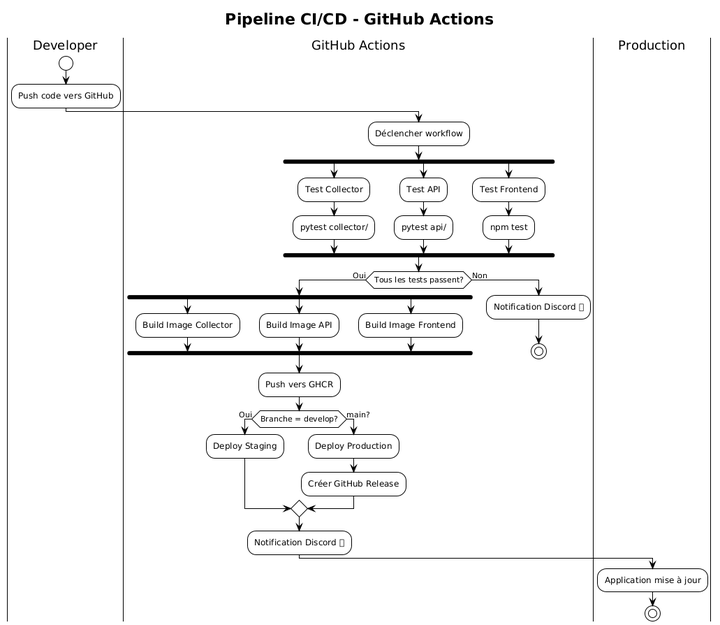
Above: Docs/Diagramme CI-CD Pipeline.png in kebdanisouhila218-beep/cryptocurrency-monitoring-platform (PlantUML), before the change.
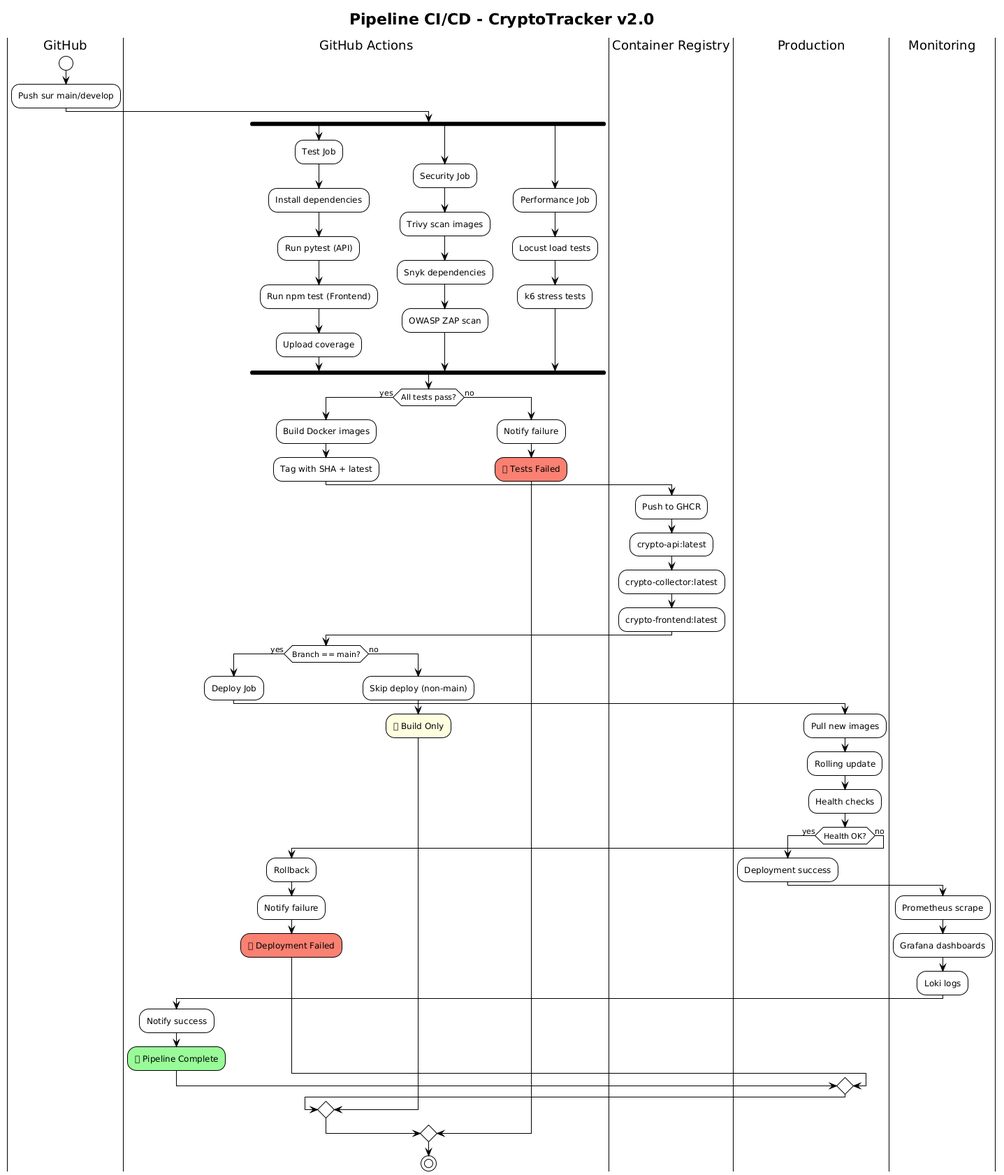
Above is the later version.

Commit message:
Diagramme UML

The edit, as a diff of the source:
```diff
@@ -1,51 +1,72 @@
 @startuml
 !theme plain
-title Pipeline CI/CD - GitHub Actions
+title Pipeline CI/CD - CryptoTracker v2.0
 
-|Developer|
+|GitHub|
 start
-:Push code vers GitHub;
+:Push sur main/develop;
 
 |GitHub Actions|
-:Déclencher workflow;
-
 fork
-  :Test Collector;
-  :pytest collector/;
+  :Test Job;
+  :Install dependencies;
+  :Run pytest (API);
+  :Run npm test (Frontend);
+  :Upload coverage;
 fork again
-  :Test API;
-  :pytest api/;
+  :Security Job;
+  :Trivy scan images;
+  :Snyk dependencies;
+  :OWASP ZAP scan;
 fork again
-  :Test Frontend;
-  :npm test;
+  :Performance Job;
+  :Locust load tests;
+  :k6 stress tests;
 end fork
 
-if (Tous les tests passent?) then (Oui)
-  fork
-    :Build Image Collector;
-  fork again
-    :Build Image API;
-  fork again
-    :Build Image Frontend;
-  end fork
+if (All tests pass?) then (yes)
+  :Build Docker images;
+  :Tag with SHA + latest;
 
-  :Push vers GHCR;
+  |Container Registry|
+  :Push to GHCR;
+  :crypto-api:latest;
+  :crypto-collector:latest;
+  :crypto-frontend:latest;
 
-  if (Branche = develop?) then (Oui)
-    :Deploy Staging;
-  else (main?)
-    :Deploy Production;
-    :Créer GitHub Release;
+  |GitHub Actions|
+  if (Branch == main?) then (yes)
+    :Deploy Job;
+
+    |Production|
+    :Pull new images;
+    :Rolling update;
+    :Health checks;
+
+    if (Health OK?) then (yes)
+      :Deployment success;
+
+      |Monitoring|
+      :Prometheus scrape;
+      :Grafana dashboards;
+      :Loki logs;
+
+      |GitHub Actions|
+      :Notify success;
+      #palegreen:✅ Pipeline Complete;
+    else (no)
+      :Rollback;
+      :Notify failure;
+      #salmon:❌ Deployment Failed;
+    endif
+  else (no)
+    :Skip deploy (non-main);
+    #lightyellow:⏸️ Build Only;
   endif
-
-  :Notification Discord ✅;
-else (Non)
-  :Notification Discord ❌;
-  stop
+else (no)
+  :Notify failure;
+  #salmon:❌ Tests Failed;
 endif
-
-|Production|
-:Application mise à jour;
 
 stop
 @enduml
```
